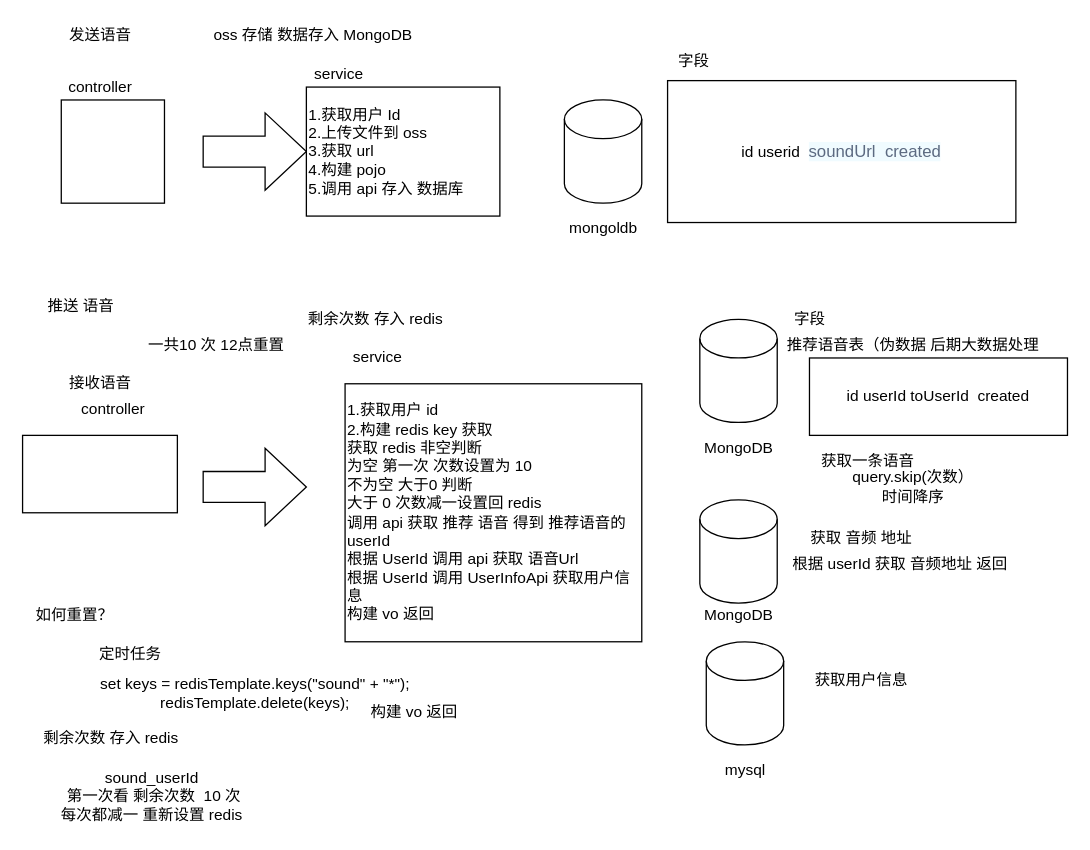
The draw.io diagram Untitled Diagram.drawio in liojack/helloGit, before the edit. Source tidied: cells renumbered, new cells numbered last; positions are measured from the earlier drawing's top-left corner, leaving out a move shared by most shapes. Both pictures are drawn from the tidied source at 129%, with x=0, y=0 at pixel (22, 22).
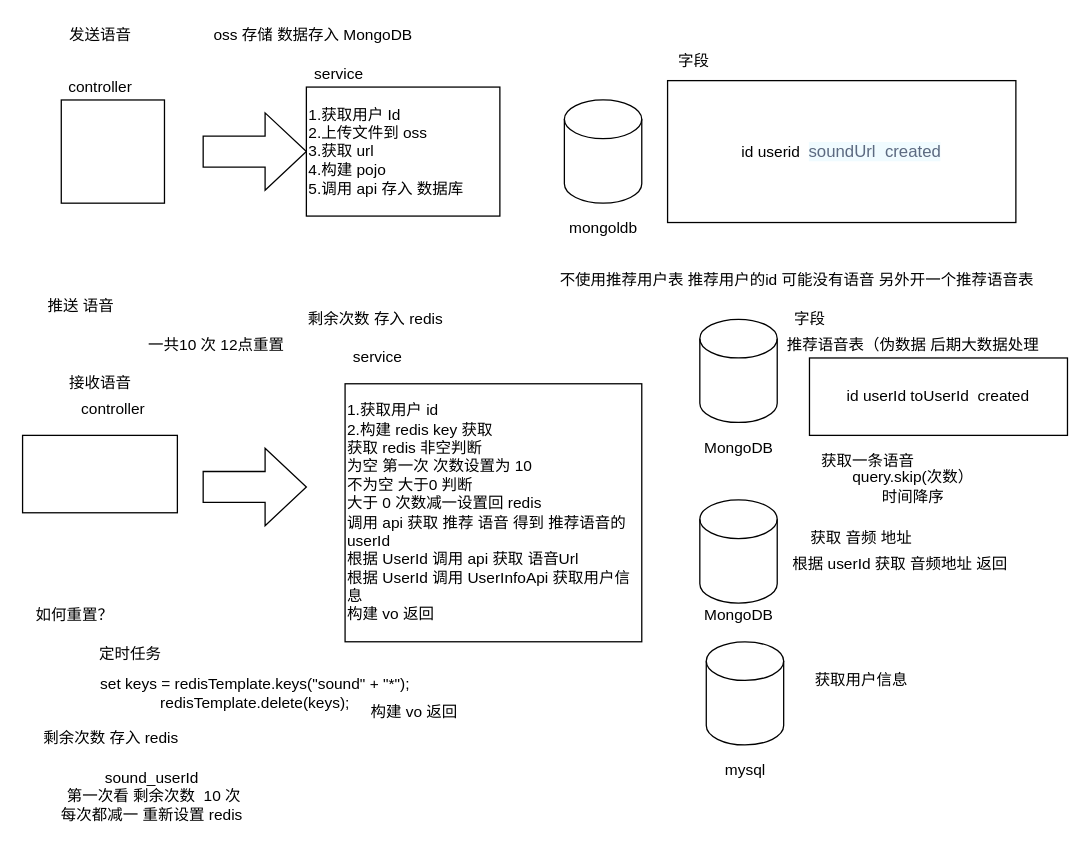
After the change.

What changed in the source:
```diff
@@
+    <mxCell id="42" value="不使用推荐用户表 推荐用户的id 可能没有语音 另外开一个推荐语音表" style="text;html=1;align=center;verticalAlign=middle;strokeColor=none;fillColor=none;" parent="1" vertex="1">
+      <mxGeometry x="410" y="190" width="380" height="20" as="geometry" />
+    </mxCell>
```
